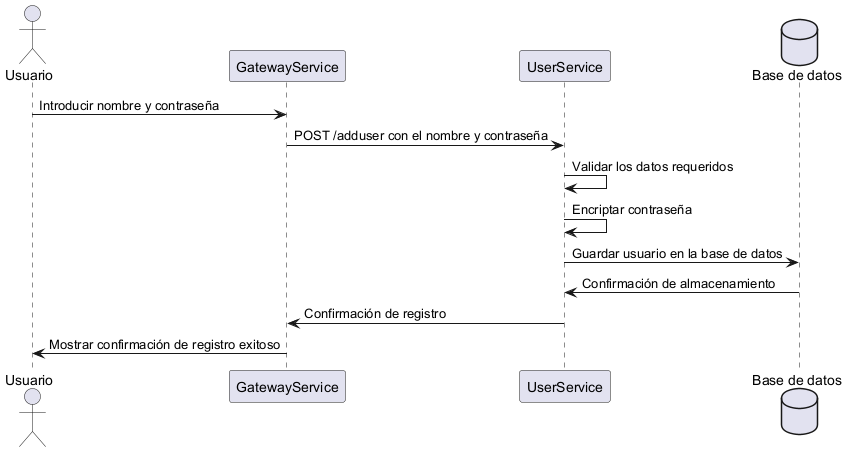
This is images/User registration diagram.png from Arquisoft/wichat_es5a, a PlantUML export, as it was before one commit.
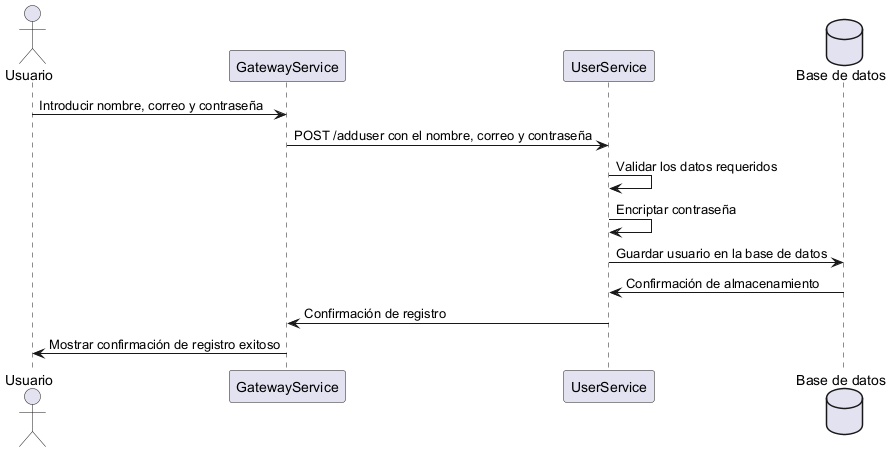
After the commit.

What changed in the source:
```diff
@@ -5,8 +5,8 @@
 participant "UserService" as US
 database "Base de datos" as DB
 
-Usuario -> GS: Introducir nombre y contraseña
-GS -> US: POST /adduser con el nombre y contraseña
+Usuario -> GS: Introducir nombre, correo y contraseña
+GS -> US: POST /adduser con el nombre, correo y contraseña
 US -> US: Validar los datos requeridos
 US -> US: Encriptar contraseña
 US -> DB: Guardar usuario en la base de datos
```
